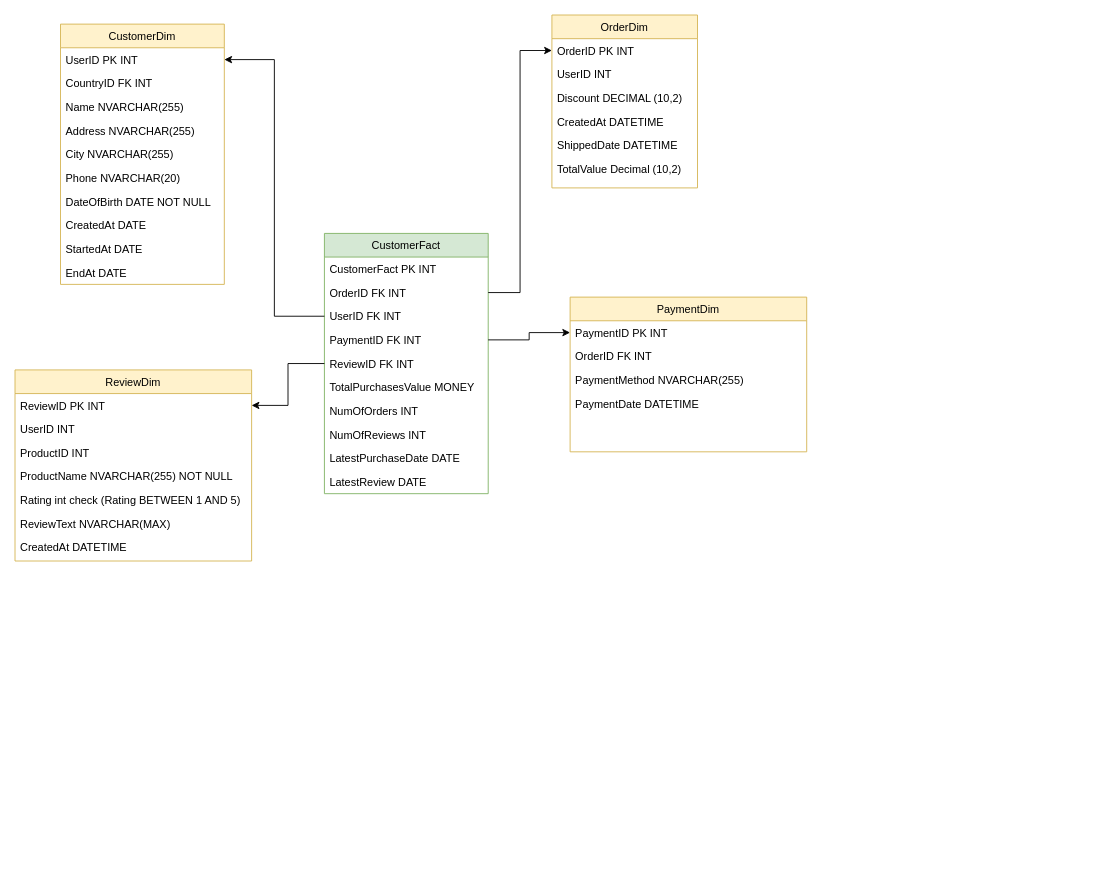
Above: Star schema.drawio in LuccaLinguine/BankDB (draw.io), before the change. Source tidied: cells renumbered, new cells numbered last; positions are measured from the earlier drawing's top-left corner, leaving out a move shared by most shapes. Both pictures are drawn from the tidied source at 91%, with x=0, y=0 at pixel (15, 15).
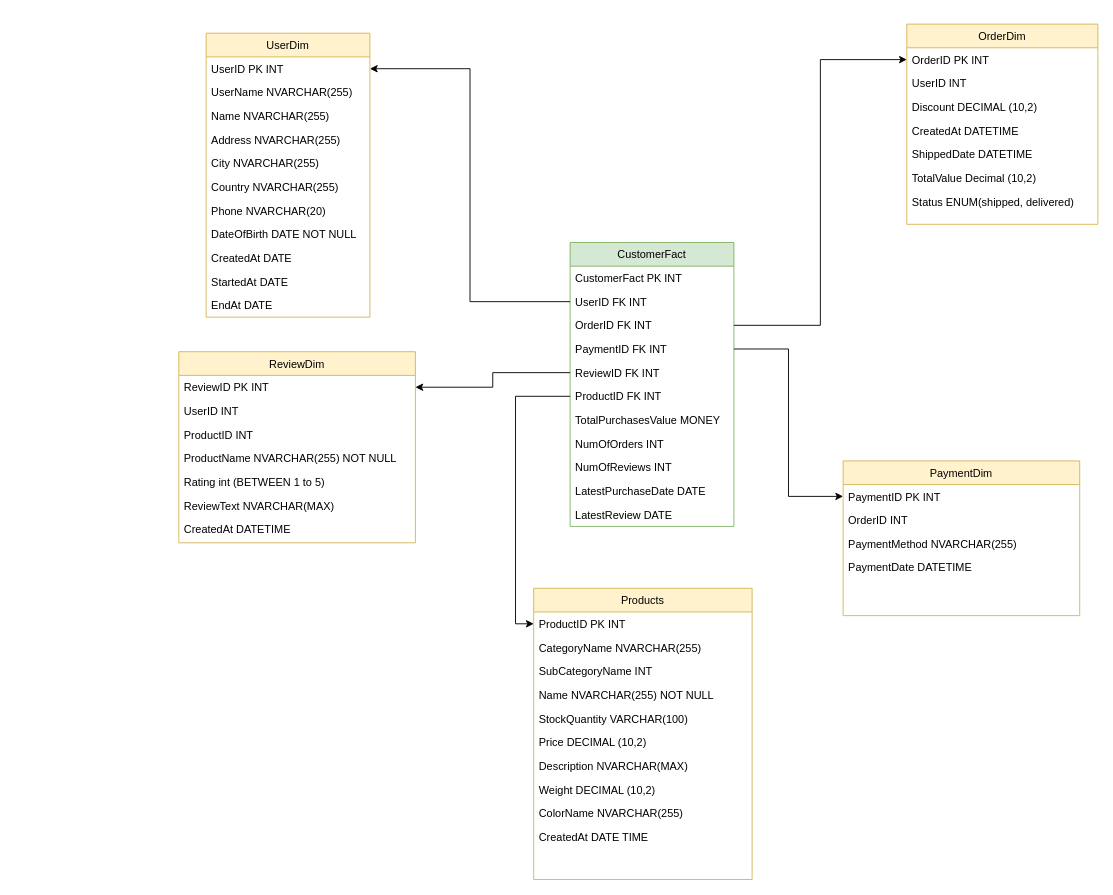
After the change.

Change to the diagram source:
```diff
@@
     <mxCell id="2" value="CustomerFact" style="swimlane;fontStyle=0;align=center;verticalAlign=top;horizontal=1;startSize=26;rounded=0;shadow=0;strokeWidth=1;fillColor=#d5e8d4;strokeColor=#82b366;" parent="1" vertex="1">
-      <mxGeometry x="340" y="240" width="180" height="286" as="geometry" />
+      <mxGeometry x="610" y="250" width="180" height="312" as="geometry" />
     </mxCell>
@@
+    <mxCell id="5" value="UserID FK INT" style="text;align=left;verticalAlign=top;spacingLeft=4;spacingRight=4;overflow=hidden;points=[[0,0.5],[1,0.5]];portConstraint=eastwest;" parent="2" vertex="1">
+      <mxGeometry y="52" width="180" height="26" as="geometry" />
+    </mxCell>
     <mxCell id="4" value="OrderID FK INT" style="text;align=left;verticalAlign=top;spacingLeft=4;spacingRight=4;overflow=hidden;points=[[0,0.5],[1,0.5]];portConstraint=eastwest;rounded=0;shadow=0;html=0;" parent="2" vertex="1">
-      <mxGeometry y="52" width="180" height="26" as="geometry" />
+      <mxGeometry y="78" width="180" height="26" as="geometry" />
     </mxCell>
-    <mxCell id="5" value="UserID FK INT" style="text;align=left;verticalAlign=top;spacingLeft=4;spacingRight=4;overflow=hidden;points=[[0,0.5],[1,0.5]];portConstraint=eastwest;" parent="2" vertex="1">
-      <mxGeometry y="78" width="180" height="26" as="geometry" />
-    </mxCell>
@@
+    <mxCell id="48" value="ProductID FK INT" style="text;align=left;verticalAlign=top;spacingLeft=4;spacingRight=4;overflow=hidden;points=[[0,0.5],[1,0.5]];portConstraint=eastwest;" parent="2" vertex="1">
+      <mxGeometry y="156" width="180" height="26" as="geometry" />
+    </mxCell>
     <mxCell id="8" value="TotalPurchasesValue MONEY" style="text;align=left;verticalAlign=top;spacingLeft=4;spacingRight=4;overflow=hidden;" parent="2" vertex="1">
-      <mxGeometry y="156" width="180" height="26" as="geometry" />
+      <mxGeometry y="182" width="180" height="26" as="geometry" />
     </mxCell>
     <mxCell id="9" value="NumOfOrders INT" style="text;align=left;verticalAlign=top;spacingLeft=4;spacingRight=4;overflow=hidden;" parent="2" vertex="1">
-      <mxGeometry y="182" width="180" height="26" as="geometry" />
+      <mxGeometry y="208" width="180" height="26" as="geometry" />
     </mxCell>
     <mxCell id="10" value="NumOfReviews INT" style="text;align=left;verticalAlign=top;spacingLeft=4;spacingRight=4;overflow=hidden;" parent="2" vertex="1">
-      <mxGeometry y="208" width="180" height="26" as="geometry" />
+      <mxGeometry y="234" width="180" height="26" as="geometry" />
     </mxCell>
     <mxCell id="11" value="LatestPurchaseDate DATE" style="text;align=left;verticalAlign=top;spacingLeft=4;spacingRight=4;overflow=hidden;" parent="2" vertex="1">
-      <mxGeometry y="234" width="180" height="26" as="geometry" />
+      <mxGeometry y="260" width="180" height="26" as="geometry" />
     </mxCell>
     <mxCell id="12" value="LatestReview DATE" style="text;align=left;verticalAlign=top;spacingLeft=4;spacingRight=4;overflow=hidden;" parent="2" vertex="1">
-      <mxGeometry y="260" width="180" height="26" as="geometry" />
+      <mxGeometry y="286" width="180" height="26" as="geometry" />
     </mxCell>
     <mxCell id="13" value="OrderDim" style="swimlane;fontStyle=0;align=center;verticalAlign=top;horizontal=1;startSize=26;rounded=0;shadow=0;strokeWidth=1;fillColor=#fff2cc;strokeColor=#d6b656;" parent="1" vertex="1">
-      <mxGeometry x="590" width="160" height="190" as="geometry" />
+      <mxGeometry x="980" y="10" width="210" height="220" as="geometry" />
     </mxCell>
     <mxCell id="14" value="OrderID PK INT" style="text;align=left;verticalAlign=top;spacingLeft=4;spacingRight=4;overflow=hidden;points=[[0,0.5],[1,0.5]];portConstraint=eastwest;" parent="13" vertex="1">
-      <mxGeometry y="26" width="160" height="26" as="geometry" />
+      <mxGeometry y="26" width="210" height="26" as="geometry" />
     </mxCell>
-    <mxCell id="15" value="UserID INT" style="text;align=left;verticalAlign=top;spacingLeft=4;spacingRight=4;overflow=hidden;rounded=0;shadow=0;html=0;" parent="13" vertex="1">
-      <mxGeometry y="52" width="160" height="26" as="geometry" />
+    <mxCell id="15" value="UserID INT " style="text;align=left;verticalAlign=top;spacingLeft=4;spacingRight=4;overflow=hidden;rounded=0;shadow=0;html=0;" parent="13" vertex="1">
+      <mxGeometry y="52" width="210" height="26" as="geometry" />
     </mxCell>
     <mxCell id="16" value="Discount DECIMAL (10,2)" style="text;align=left;verticalAlign=top;spacingLeft=4;spacingRight=4;overflow=hidden;" parent="13" vertex="1">
-      <mxGeometry y="78" width="160" height="26" as="geometry" />
+      <mxGeometry y="78" width="210" height="26" as="geometry" />
     </mxCell>
     <mxCell id="17" value="CreatedAt DATETIME" style="text;align=left;verticalAlign=top;spacingLeft=4;spacingRight=4;overflow=hidden;" parent="13" vertex="1">
-      <mxGeometry y="104" width="160" height="26" as="geometry" />
+      <mxGeometry y="104" width="210" height="26" as="geometry" />
     </mxCell>
     <mxCell id="18" value="ShippedDate DATETIME" style="text;align=left;verticalAlign=top;spacingLeft=4;spacingRight=4;overflow=hidden;" parent="13" vertex="1">
-      <mxGeometry y="130" width="160" height="26" as="geometry" />
+      <mxGeometry y="130" width="210" height="26" as="geometry" />
     </mxCell>
     <mxCell id="19" value="TotalValue Decimal (10,2)" style="text;align=left;verticalAlign=top;spacingLeft=4;spacingRight=4;overflow=hidden;" parent="13" vertex="1">
-      <mxGeometry y="156" width="160" height="26" as="geometry" />
+      <mxGeometry y="156" width="210" height="26" as="geometry" />
     </mxCell>
+    <mxCell id="49" value="Status ENUM(shipped, delivered)" style="text;align=left;verticalAlign=top;spacingLeft=4;spacingRight=4;overflow=hidden;" parent="13" vertex="1">
+      <mxGeometry y="182" width="210" height="26" as="geometry" />
+    </mxCell>
-    <mxCell id="20" value="CustomerDim" style="swimlane;fontStyle=0;align=center;verticalAlign=top;horizontal=1;startSize=26;rounded=0;shadow=0;strokeWidth=1;fillColor=#fff2cc;strokeColor=#d6b656;" parent="1" vertex="1">
-      <mxGeometry x="50" y="10" width="180" height="286" as="geometry" />
+    <mxCell id="20" value="UserDim" style="swimlane;fontStyle=0;align=center;verticalAlign=top;horizontal=1;startSize=26;rounded=0;shadow=0;strokeWidth=1;fillColor=#fff2cc;strokeColor=#d6b656;" parent="1" vertex="1">
+      <mxGeometry x="210" y="20" width="180" height="312" as="geometry" />
     </mxCell>
@@
-    <mxCell id="22" value="CountryID FK INT" style="text;align=left;verticalAlign=top;spacingLeft=4;spacingRight=4;overflow=hidden;" parent="20" vertex="1">
-      <mxGeometry y="52" width="180" height="26" as="geometry" />
-    </mxCell>
+    <mxCell id="50" value="UserName NVARCHAR(255)" style="text;align=left;verticalAlign=top;spacingLeft=4;spacingRight=4;overflow=hidden;" parent="20" vertex="1">
+      <mxGeometry y="52" width="180" height="26" as="geometry" />
+    </mxCell>
@@
+    <mxCell id="22" value="Country NVARCHAR(255)" style="text;align=left;verticalAlign=top;spacingLeft=4;spacingRight=4;overflow=hidden;" parent="20" vertex="1">
+      <mxGeometry y="156" width="180" height="26" as="geometry" />
+    </mxCell>
     <mxCell id="26" value="Phone NVARCHAR(20)" style="text;align=left;verticalAlign=top;spacingLeft=4;spacingRight=4;overflow=hidden;" parent="20" vertex="1">
-      <mxGeometry y="156" width="180" height="26" as="geometry" />
+      <mxGeometry y="182" width="180" height="26" as="geometry" />
     </mxCell>
     <mxCell id="27" value="DateOfBirth DATE NOT NULL" style="text;align=left;verticalAlign=top;spacingLeft=4;spacingRight=4;overflow=hidden;" parent="20" vertex="1">
-      <mxGeometry y="182" width="180" height="26" as="geometry" />
+      <mxGeometry y="208" width="180" height="26" as="geometry" />
     </mxCell>
     <mxCell id="28" value="CreatedAt DATE" style="text;align=left;verticalAlign=top;spacingLeft=4;spacingRight=4;overflow=hidden;" parent="20" vertex="1">
-      <mxGeometry y="208" width="180" height="26" as="geometry" />
+      <mxGeometry y="234" width="180" height="26" as="geometry" />
     </mxCell>
     <mxCell id="29" value="StartedAt DATE" style="text;align=left;verticalAlign=top;spacingLeft=4;spacingRight=4;overflow=hidden;" parent="20" vertex="1">
-      <mxGeometry y="234" width="180" height="26" as="geometry" />
+      <mxGeometry y="260" width="180" height="26" as="geometry" />
     </mxCell>
     <mxCell id="30" value="EndAt DATE" style="text;align=left;verticalAlign=top;spacingLeft=4;spacingRight=4;overflow=hidden;" parent="20" vertex="1">
-      <mxGeometry y="260" width="180" height="26" as="geometry" />
+      <mxGeometry y="286" width="180" height="26" as="geometry" />
     </mxCell>
     <mxCell id="31" value="PaymentDim" style="swimlane;fontStyle=0;align=center;verticalAlign=top;horizontal=1;startSize=26;rounded=0;shadow=0;strokeWidth=1;fillColor=#fff2cc;strokeColor=#d6b656;" parent="1" vertex="1">
-      <mxGeometry x="610" y="310" width="260" height="170" as="geometry" />
+      <mxGeometry x="910" y="490" width="260" height="170" as="geometry" />
     </mxCell>
@@
-    <mxCell id="33" value="OrderID FK INT" style="text;align=left;verticalAlign=top;spacingLeft=4;spacingRight=4;overflow=hidden;" parent="31" vertex="1">
+    <mxCell id="33" value="OrderID INT" style="text;align=left;verticalAlign=top;spacingLeft=4;spacingRight=4;overflow=hidden;" parent="31" vertex="1">
       <mxGeometry y="52" width="260" height="26" as="geometry" />
     </mxCell>
@@
     <mxCell id="36" value="ReviewDim" style="swimlane;fontStyle=0;align=center;verticalAlign=top;horizontal=1;startSize=26;rounded=0;shadow=0;strokeWidth=1;fillColor=#fff2cc;strokeColor=#d6b656;" parent="1" vertex="1">
-      <mxGeometry y="390" width="260" height="210" as="geometry" />
+      <mxGeometry x="180" y="370" width="260" height="210" as="geometry" />
     </mxCell>
@@
-    <mxCell id="41" value="Rating int check (Rating BETWEEN 1 AND 5)" style="text;align=left;verticalAlign=top;spacingLeft=4;spacingRight=4;overflow=hidden;" parent="36" vertex="1">
+    <mxCell id="41" value="Rating int (BETWEEN 1 to 5)" style="text;align=left;verticalAlign=top;spacingLeft=4;spacingRight=4;overflow=hidden;" parent="36" vertex="1">
       <mxGeometry y="130" width="260" height="26" as="geometry" />
     </mxCell>
@@
+    <mxCell id="51" value="Products" style="swimlane;fontStyle=0;align=center;verticalAlign=top;horizontal=1;startSize=26;rounded=0;shadow=0;strokeWidth=1;fillColor=#fff2cc;strokeColor=#d6b656;" parent="1" vertex="1">
+      <mxGeometry x="570" y="630" width="240" height="320" as="geometry" />
+    </mxCell>
+    <mxCell id="52" value="ProductID PK INT" style="text;align=left;verticalAlign=top;spacingLeft=4;spacingRight=4;overflow=hidden;points=[[0,0.5],[1,0.5]];portConstraint=eastwest;" parent="51" vertex="1">
+      <mxGeometry y="26" width="240" height="26" as="geometry" />
+    </mxCell>
+    <mxCell id="53" value="CategoryName NVARCHAR(255)" style="text;align=left;verticalAlign=top;spacingLeft=4;spacingRight=4;overflow=hidden;" parent="51" vertex="1">
+      <mxGeometry y="52" width="240" height="26" as="geometry" />
+    </mxCell>
+    <mxCell id="54" value="SubCategoryName INT" style="text;align=left;verticalAlign=top;spacingLeft=4;spacingRight=4;overflow=hidden;" parent="51" vertex="1">
+      <mxGeometry y="78" width="240" height="26" as="geometry" />
+    </mxCell>
+    <mxCell id="55" value="Name NVARCHAR(255) NOT NULL" style="text;align=left;verticalAlign=top;spacingLeft=4;spacingRight=4;overflow=hidden;" parent="51" vertex="1">
+      <mxGeometry y="104" width="240" height="26" as="geometry" />
+    </mxCell>
+    <mxCell id="56" value="StockQuantity VARCHAR(100)" style="text;align=left;verticalAlign=top;spacingLeft=4;spacingRight=4;overflow=hidden;" parent="51" vertex="1">
+      <mxGeometry y="130" width="240" height="26" as="geometry" />
+    </mxCell>
+    <mxCell id="57" value="Price DECIMAL (10,2)" style="text;align=left;verticalAlign=top;spacingLeft=4;spacingRight=4;overflow=hidden;" parent="51" vertex="1">
+      <mxGeometry y="156" width="240" height="26" as="geometry" />
+    </mxCell>
+    <mxCell id="58" value="Description NVARCHAR(MAX)" style="text;align=left;verticalAlign=top;spacingLeft=4;spacingRight=4;overflow=hidden;" parent="51" vertex="1">
+      <mxGeometry y="182" width="240" height="26" as="geometry" />
+    </mxCell>
+    <mxCell id="59" value="Weight DECIMAL (10,2)" style="text;align=left;verticalAlign=top;spacingLeft=4;spacingRight=4;overflow=hidden;" parent="51" vertex="1">
+      <mxGeometry y="208" width="240" height="26" as="geometry" />
+    </mxCell>
+    <mxCell id="60" value="ColorName NVARCHAR(255)" style="text;align=left;verticalAlign=top;spacingLeft=4;spacingRight=4;overflow=hidden;" parent="51" vertex="1">
+      <mxGeometry y="234" width="240" height="26" as="geometry" />
+    </mxCell>
+    <mxCell id="61" value="CreatedAt DATE TIME" style="text;align=left;verticalAlign=top;spacingLeft=4;spacingRight=4;overflow=hidden;" parent="51" vertex="1">
+      <mxGeometry y="260" width="240" height="26" as="geometry" />
+    </mxCell>
+    <mxCell id="62" style="edgeStyle=orthogonalEdgeStyle;rounded=0;jettySize=auto;html=1;exitX=0;exitY=0.5;exitDx=0;exitDy=0;entryX=0;entryY=0.5;entryDx=0;entryDy=0;" parent="1" edge="1" source="48" target="52">
+      <mxGeometry relative="1" as="geometry" />
+    </mxCell>
```
